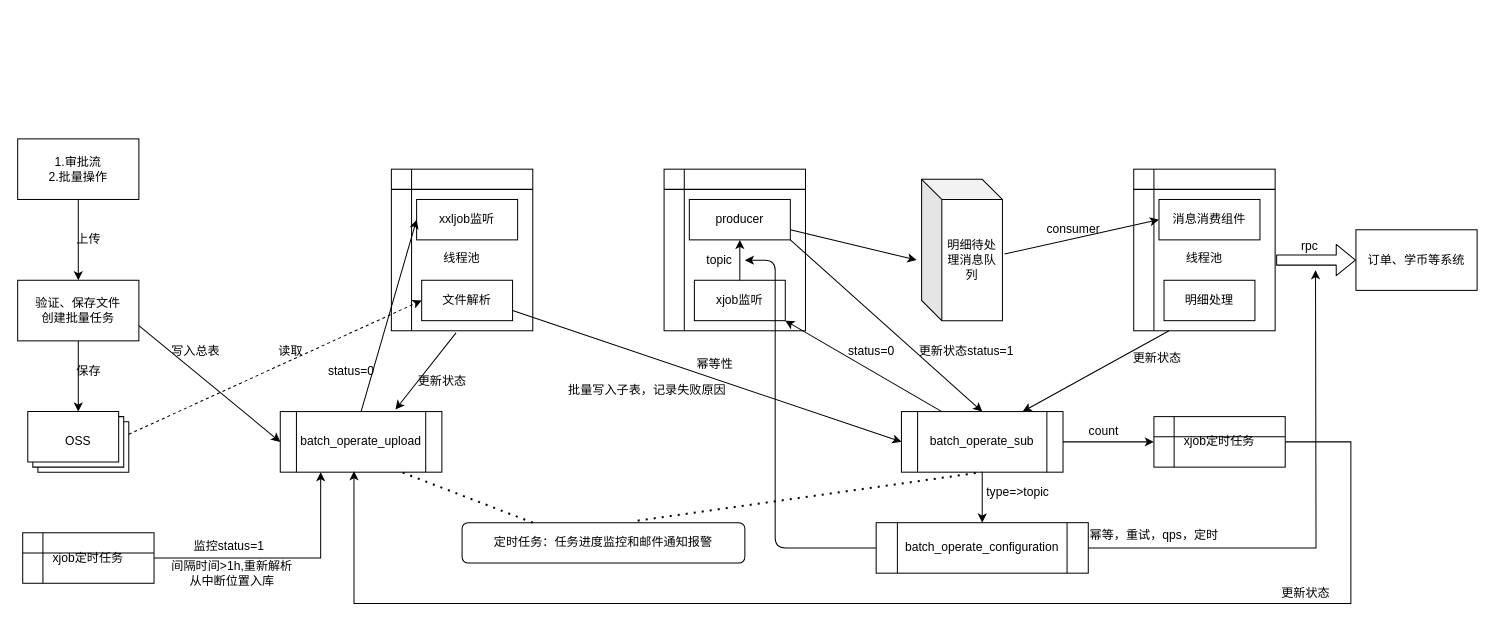
Earlier version of the draw.io diagram batch_operate_upload.drawio (mirai3zZ/mojito). Source tidied: cells renumbered, new cells numbered last; positions are measured from the earlier drawing's top-left corner, leaving out a move shared by most shapes. Both pictures are drawn from the tidied source at 101%, with x=0, y=0 at pixel (17, 138).
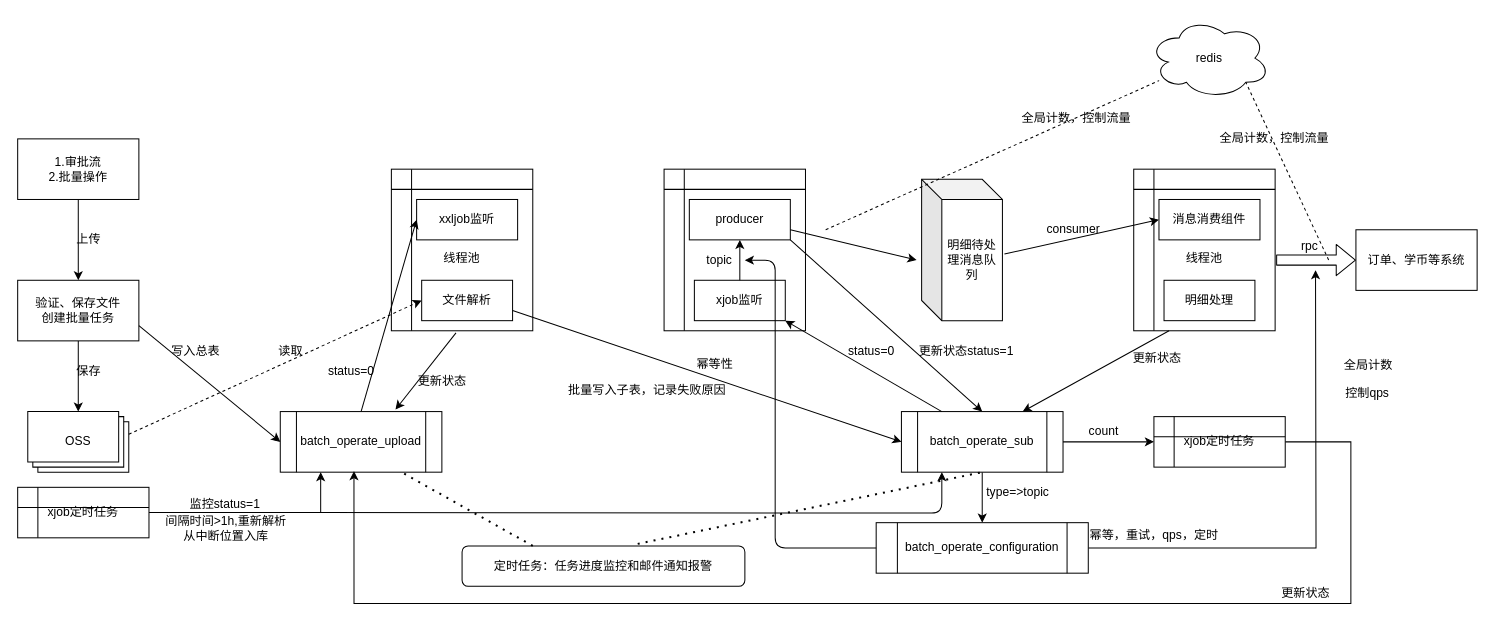
Above is the later version.

The change refers to these unchanged cells:
```xml
<mxCell id="29" value="batch_operate_sub" style="shape=process;whiteSpace=wrap;html=1;backgroundOutline=1;" parent="1" vertex="1">
  <mxGeometry x="875" y="270" width="160" height="60" as="geometry" />
</mxCell>
<mxCell id="46" value="rpc" style="text;html=1;align=center;verticalAlign=middle;points=[];" parent="1" vertex="1">
  <mxGeometry x="1264" y="97" width="30" height="20" as="geometry" />
</mxCell>
```

Diff of the diagram source:
```diff
@@
     <mxCell id="34" value="定时任务：任务进度监控和邮件通知报警" style="rounded=1;whiteSpace=wrap;html=1;" parent="1" vertex="1">
-      <mxGeometry x="440" y="380" width="280" height="40" as="geometry" />
+      <mxGeometry x="440" y="403" width="280" height="40" as="geometry" />
     </mxCell>
@@
     <mxCell id="59" value="xjob定时任务" style="shape=internalStorage;whiteSpace=wrap;html=1;backgroundOutline=1;" parent="1" vertex="1">
-      <mxGeometry x="5" y="390" width="130" height="50" as="geometry" />
+      <mxGeometry y="345" width="130" height="50" as="geometry" />
     </mxCell>
     <mxCell id="60" value="监控status=1" style="text;html=1;align=center;verticalAlign=middle;" parent="1" vertex="1">
-      <mxGeometry x="164" y="394" width="90" height="20" as="geometry" />
+      <mxGeometry x="160" y="352" width="90" height="20" as="geometry" />
     </mxCell>
     <mxCell id="61" value="间隔时间&amp;gt;1h,重新解析&lt;br&gt;从中断位置入库" style="text;html=1;align=center;verticalAlign=middle;" parent="1" vertex="1">
-      <mxGeometry x="142" y="415" width="140" height="30" as="geometry" />
+      <mxGeometry x="136" y="371" width="140" height="30" as="geometry" />
     </mxCell>
@@
+    <mxCell id="65" value="redis" style="ellipse;shape=cloud;whiteSpace=wrap;html=1;" parent="1" vertex="1">
+      <mxGeometry x="1120" y="-120" width="120" height="80" as="geometry" />
+    </mxCell>
+    <mxCell id="66" value="全局计数" style="text;html=1;align=center;verticalAlign=middle;" parent="1" vertex="1">
+      <mxGeometry x="1307" y="214" width="60" height="20" as="geometry" />
+    </mxCell>
+    <mxCell id="67" value="控制qps" style="text;html=1;align=center;verticalAlign=middle;" parent="1" vertex="1">
+      <mxGeometry x="1306" y="242" width="60" height="20" as="geometry" />
+    </mxCell>
+    <mxCell id="68" style="endArrow=classic;html=1;entryX=0.25;entryY=1;entryDx=0;entryDy=0;edgeStyle=orthogonalEdgeStyle;" parent="1" edge="1" target="29">
+      <mxGeometry relative="1" as="geometry">
+        <mxPoint x="300" y="370" as="sourcePoint" />
+      </mxGeometry>
+    </mxCell>
+    <mxCell id="69" style="endArrow=none;dashed=1;html=1;" parent="1" edge="1" target="65">
+      <mxGeometry relative="1" as="geometry">
+        <mxPoint x="800" y="90" as="sourcePoint" />
+      </mxGeometry>
+    </mxCell>
+    <mxCell id="70" style="endArrow=none;dashed=1;html=1;entryX=0.8;entryY=0.8;entryDx=0;entryDy=0;entryPerimeter=0;exitX=1.133;exitY=1.15;exitDx=0;exitDy=0;exitPerimeter=0;" parent="1" edge="1" source="46" target="65">
+      <mxGeometry relative="1" as="geometry" />
+    </mxCell>
+    <mxCell id="71" value="全局计数，控制流量" style="text;html=1;align=center;verticalAlign=middle;" parent="1" vertex="1">
+      <mxGeometry x="1184" y="-10" width="120" height="20" as="geometry" />
+    </mxCell>
+    <mxCell id="72" value="全局计数，控制流量" style="text;html=1;align=center;verticalAlign=middle;" parent="1" vertex="1">
+      <mxGeometry x="988" y="-30" width="120" height="20" as="geometry" />
+    </mxCell>
```
